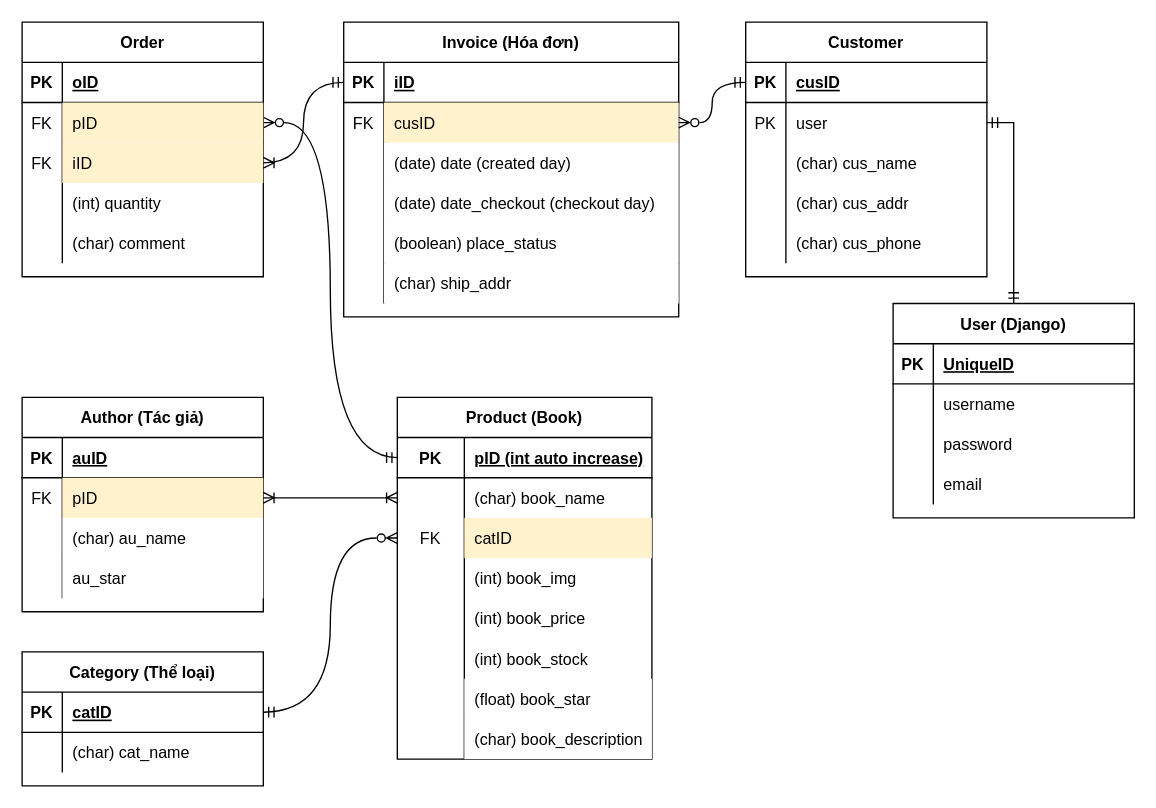
The draw.io diagram BookStore_ERD.drawio in venhha/ProjectCNTT, before the edit. Source tidied: cells renumbered, new cells numbered last; positions are measured from the earlier drawing's top-left corner, leaving out a move shared by most shapes. Both pictures are drawn from the tidied source at 134%, with x=0, y=0 at pixel (21, 21).
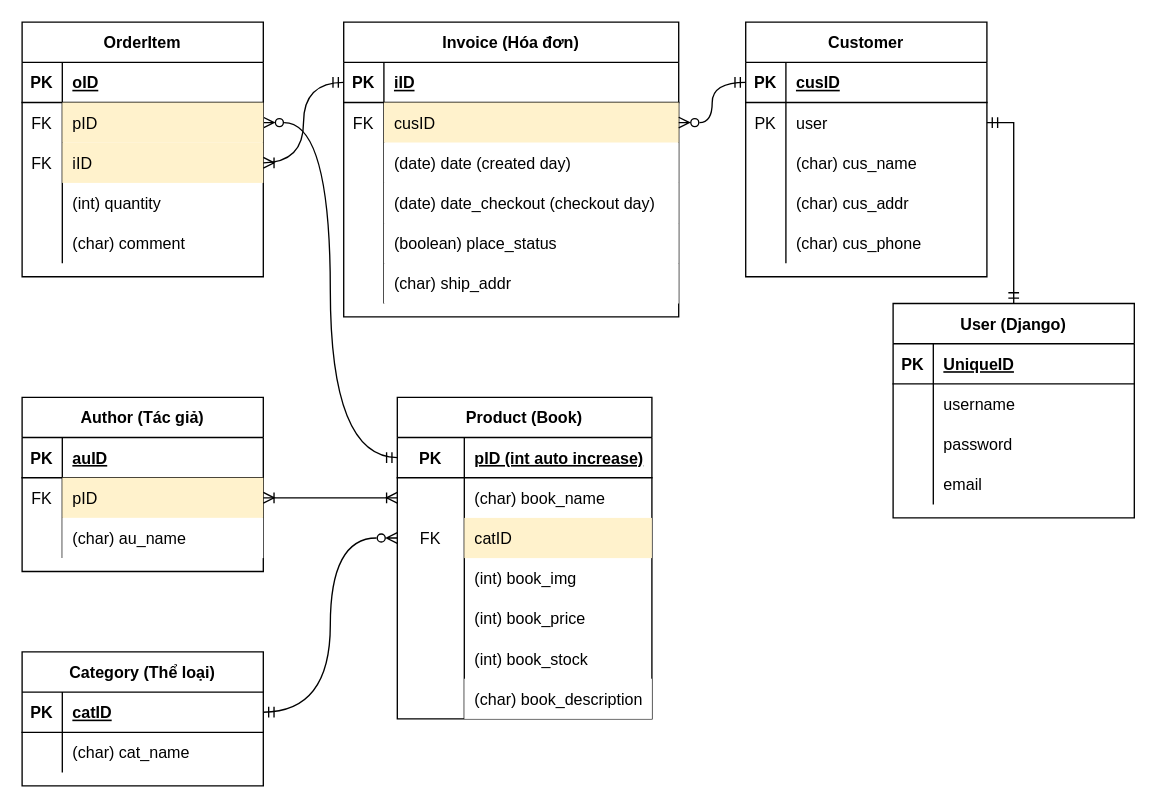
The same diagram, later.

What changed in the source:
```diff
@@
     <mxCell id="2" value="Product (Book)" style="shape=table;startSize=30;childLayout=tableLayout;rowLines=0;fontStyle=1;align=center;fontFamily=Helvetica;fontSize=12;fontColor=default;strokeColor=default;fillColor=none;" parent="1" vertex="1">
-      <mxGeometry x="280" y="280" width="190" height="270" as="geometry" />
+      <mxGeometry x="280" y="280" width="190" height="240" as="geometry" />
     </mxCell>
@@
-    <mxCell id="21" style="shape=partialRectangle;fillColor=none;top=0;left=0;bottom=0;right=0;fontFamily=Helvetica;fontSize=12;fontColor=default;strokeColor=default;" parent="2" vertex="1">
-      <mxGeometry y="210" width="190" height="30" as="geometry" />
-    </mxCell>
-    <mxCell id="22" style="shape=partialRectangle;fillColor=none;top=0;left=0;bottom=0;right=0;overflow=hidden;fontFamily=Helvetica;fontSize=12;fontColor=default;strokeColor=default;" parent="21" vertex="1">
-      <mxGeometry width="50" height="30" as="geometry" />
-    </mxCell>
-    <mxCell id="23" value="(float) book_star" style="shape=partialRectangle;top=0;left=0;bottom=0;right=0;align=left;spacingLeft=6;overflow=hidden;fontFamily=Helvetica;fontSize=12;" parent="21" vertex="1">
-      <mxGeometry x="50" width="140" height="30" as="geometry" />
-    </mxCell>
     <mxCell id="24" style="shape=partialRectangle;fillColor=none;top=0;left=0;bottom=0;right=0;fontFamily=Helvetica;fontSize=12;fontColor=default;strokeColor=default;" parent="2" vertex="1">
-      <mxGeometry y="240" width="190" height="30" as="geometry" />
+      <mxGeometry y="210" width="190" height="30" as="geometry" />
     </mxCell>
@@
     <mxCell id="27" value="Author (Tác giả)" style="shape=table;startSize=30;childLayout=tableLayout;rowLines=0;fontStyle=1;align=center;labelBackgroundColor=none;fontFamily=Helvetica;fontSize=12;fontColor=default;strokeColor=default;fillColor=none;" parent="1" vertex="1">
-      <mxGeometry y="280" width="180" height="160" as="geometry" />
+      <mxGeometry y="280" width="180" height="130" as="geometry" />
     </mxCell>
@@
-    <mxCell id="37" style="shape=partialRectangle;fillColor=none;top=0;left=0;bottom=0;right=0;labelBackgroundColor=none;fontFamily=Helvetica;fontSize=12;fontColor=default;strokeColor=default;" parent="27" vertex="1">
-      <mxGeometry y="120" width="180" height="30" as="geometry" />
-    </mxCell>
-    <mxCell id="38" style="shape=partialRectangle;fillColor=none;top=0;left=0;bottom=0;right=0;overflow=hidden;labelBackgroundColor=none;fontFamily=Helvetica;fontSize=12;fontColor=default;strokeColor=default;" parent="37" vertex="1">
-      <mxGeometry width="30" height="30" as="geometry" />
-    </mxCell>
-    <mxCell id="39" value="au_star" style="shape=partialRectangle;top=0;left=0;bottom=0;right=0;align=left;spacingLeft=6;overflow=hidden;labelBackgroundColor=none;fontFamily=Helvetica;fontSize=12;" parent="37" vertex="1">
-      <mxGeometry x="30" width="150" height="30" as="geometry" />
-    </mxCell>
@@
-    <mxCell id="50" value="Order" style="shape=table;startSize=30;childLayout=tableLayout;rowLines=0;fontStyle=1;align=center;labelBackgroundColor=none;fontFamily=Helvetica;fontSize=12;fontColor=default;strokeColor=default;fillColor=none;" parent="1" vertex="1">
+    <mxCell id="50" value="OrderItem" style="shape=table;startSize=30;childLayout=tableLayout;rowLines=0;fontStyle=1;align=center;labelBackgroundColor=none;fontFamily=Helvetica;fontSize=12;fontColor=default;strokeColor=default;fillColor=none;" parent="1" vertex="1">
       <mxGeometry width="180" height="190" as="geometry" />
     </mxCell>
```
